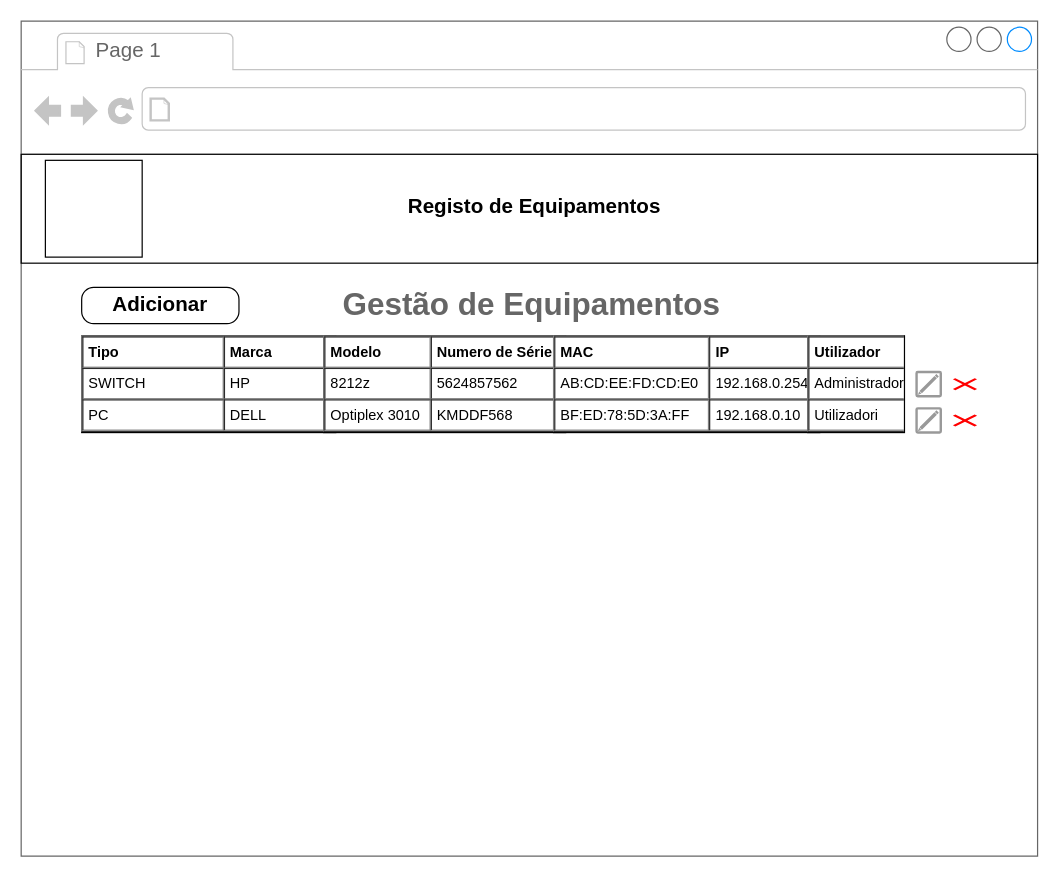
VicenteCAlves/ProjetoFinalPWA keeps this draw.io diagram as page "Gestão Equipamento" (4 of 9) of Desenho/Mockups/Completo.drawio. Above is the earlier version. Source tidied: cells renumbered, new cells numbered last; positions are measured from the earlier drawing's top-left corner, leaving out a move shared by most shapes. Both pictures are drawn from the tidied source at 121%, with x=0, y=0 at pixel (21, 21).
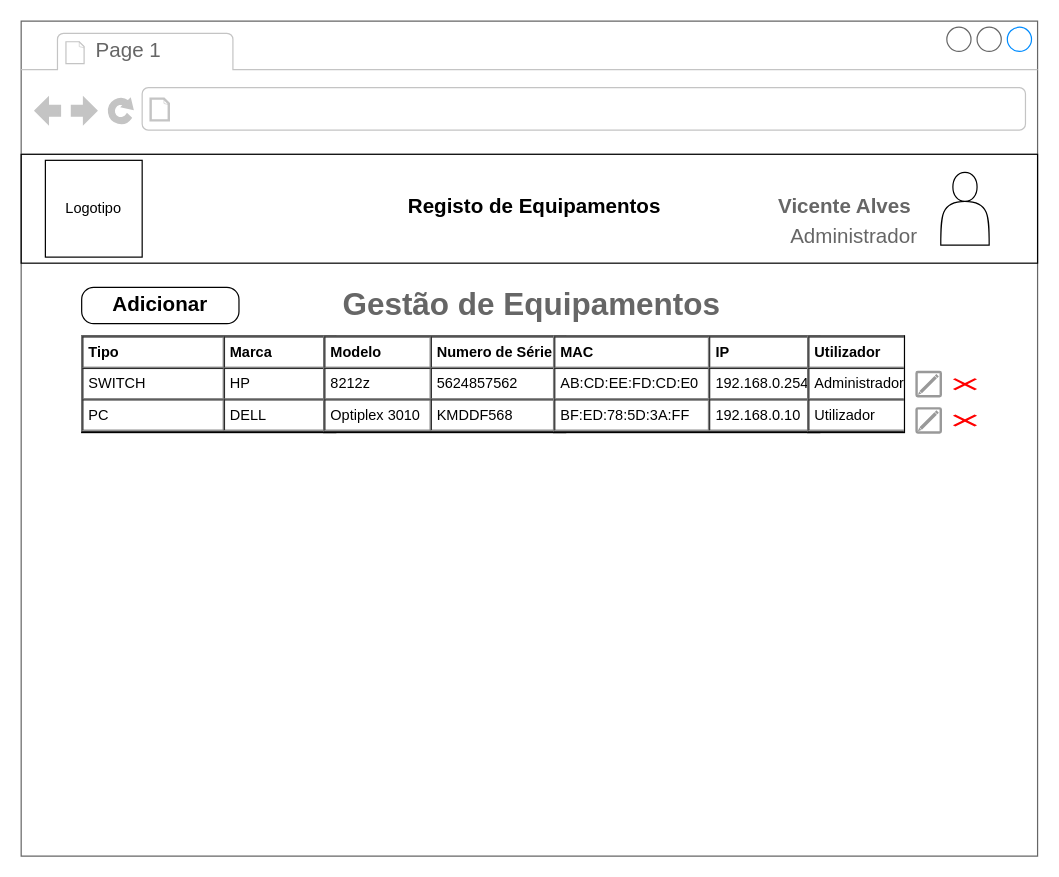
Above is the later version.

Unchanged cells that the change refers to:
```xml
<mxCell id="2" style="strokeWidth=1;shadow=0;dashed=0;align=center;html=1;shape=mxgraph.mockup.containers.browserWindow;rSize=0;strokeColor=#666666;strokeColor2=#008cff;strokeColor3=#c4c4c4;mainText=,;" parent="1" vertex="1">
  <mxGeometry width="840" height="690" as="geometry" />
</mxCell>
```

Diff of the diagram source:
```diff
@@
-    <mxCell id="6" style="whiteSpace=wrap;html=1;" parent="2" vertex="1">
+    <mxCell id="6" value="&lt;span&gt;Logotipo&lt;/span&gt;" style="whiteSpace=wrap;html=1;" parent="2" vertex="1">
       <mxGeometry x="20" y="115" width="80" height="80" as="geometry" />
     </mxCell>
@@
-    <mxCell id="11" value="&lt;table cellpadding=&quot;4&quot; cellspacing=&quot;0&quot; border=&quot;1&quot; style=&quot;font-size: 1em ; width: 100% ; height: 100%&quot;&gt;&lt;tbody&gt;&lt;tr&gt;&lt;th&gt;Utilizador&lt;/th&gt;&lt;th&gt;&lt;br&gt;&lt;/th&gt;&lt;/tr&gt;&lt;tr&gt;&lt;td&gt;Administrador&lt;/td&gt;&lt;td&gt;&lt;br&gt;&lt;/td&gt;&lt;/tr&gt;&lt;tr&gt;&lt;td&gt;Utilizadori&lt;/td&gt;&lt;td&gt;&lt;br&gt;&lt;/td&gt;&lt;/tr&gt;&lt;/tbody&gt;&lt;/table&gt; " style="verticalAlign=top;align=left;overflow=fill;fontSize=12;fontFamily=Helvetica;html=1;strokeColor=default;fillColor=default;gradientColor=#ffffff;" parent="2" vertex="1">
+    <mxCell id="11" value="&lt;table cellpadding=&quot;4&quot; cellspacing=&quot;0&quot; border=&quot;1&quot; style=&quot;font-size: 1em ; width: 100% ; height: 100%&quot;&gt;&lt;tbody&gt;&lt;tr&gt;&lt;th&gt;Utilizador&lt;/th&gt;&lt;th&gt;&lt;br&gt;&lt;/th&gt;&lt;/tr&gt;&lt;tr&gt;&lt;td&gt;Administrador&lt;/td&gt;&lt;td&gt;&lt;br&gt;&lt;/td&gt;&lt;/tr&gt;&lt;tr&gt;&lt;td&gt;Utilizador&lt;/td&gt;&lt;td&gt;&lt;br&gt;&lt;/td&gt;&lt;/tr&gt;&lt;/tbody&gt;&lt;/table&gt; " style="verticalAlign=top;align=left;overflow=fill;fontSize=12;fontFamily=Helvetica;html=1;strokeColor=default;fillColor=default;gradientColor=#ffffff;" parent="2" vertex="1">
       <mxGeometry x="650" y="260" width="80" height="80" as="geometry" />
     </mxCell>
@@
+    <mxCell id="18" value="&lt;b&gt;Vicente Alves&lt;/b&gt;" style="strokeWidth=1;shadow=0;dashed=0;align=center;html=1;shape=mxgraph.mockup.text.textBox;fontColor=#666666;align=left;fontSize=17;spacingLeft=4;spacingTop=-3;strokeColor=none;mainText=;" parent="2" vertex="1">
+      <mxGeometry x="620" y="140" width="130" height="30" as="geometry" />
+    </mxCell>
+    <mxCell id="19" value="Administrador" style="strokeWidth=1;shadow=0;dashed=0;align=center;html=1;shape=mxgraph.mockup.text.textBox;fontColor=#666666;align=left;fontSize=17;spacingLeft=4;spacingTop=-3;strokeColor=none;mainText=;" parent="2" vertex="1">
+      <mxGeometry x="630" y="165" width="150" height="30" as="geometry" />
+    </mxCell>
+    <mxCell id="20" style="shape=actor;whiteSpace=wrap;html=1;" parent="2" vertex="1">
+      <mxGeometry x="760" y="125" width="40" height="60" as="geometry" />
+    </mxCell>
```
